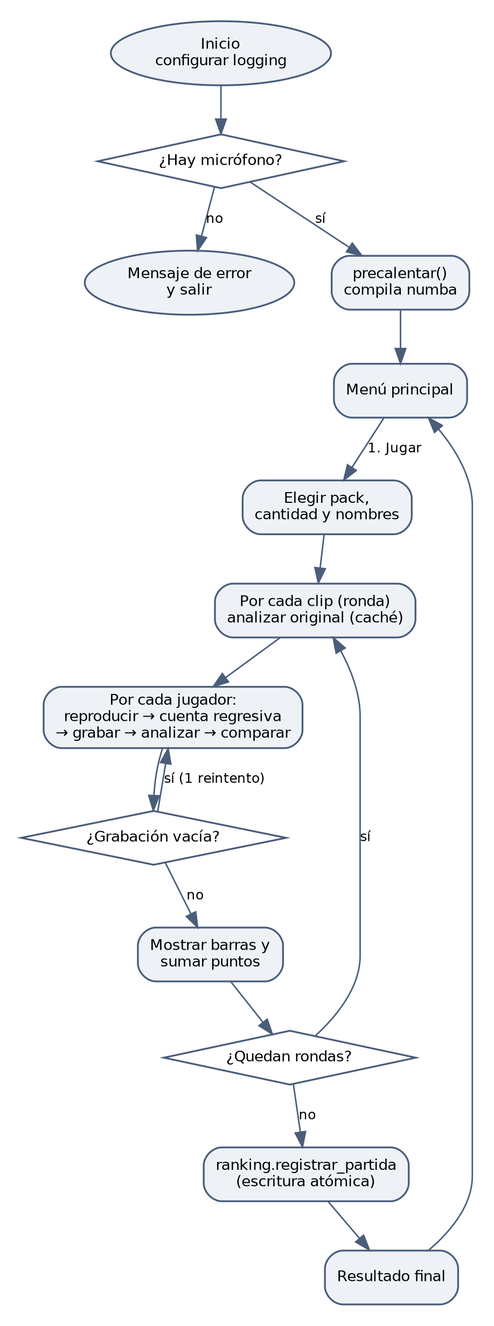
Before: docs/diagramas/flujo.png, a diagram exported from Graphviz (ikicillof/voicer-choiser). Its source is kept beside it as docs/diagramas/flujo.dot. Its diagram source:
```dot
digraph G { graph [fontname="DejaVu Sans", fontsize=11, bgcolor="white", pad=0.2, nodesep=0.35, ranksep=0.45]; node [fontname="DejaVu Sans", fontsize=10, shape=box, style="rounded,filled", fillcolor="#EEF2F7", color="#4A5D7A", penwidth=1.2]; edge [fontname="DejaVu Sans", fontsize=9, color="#4A5D7A"]; rankdir=TB;
  ini [label="Inicio\nconfigurar logging", shape=oval]; mic [label="¿Hay micrófono?", shape=diamond, style=filled, fillcolor="#FFFFFF"]; fin0 [label="Mensaje de error\ny salir", shape=oval];
  pre [label="precalentar()\ncompila numba"]; menu [label="Menú principal"]; cfg [label="Elegir pack,\ncantidad y nombres"]; ronda [label="Por cada clip (ronda)\nanalizar original (caché)"];
  turno [label="Por cada jugador:\nreproducir → cuenta regresiva\n→ grabar → analizar → comparar"]; vacia [label="¿Grabación vacía?", shape=diamond, style=filled, fillcolor="#FFFFFF"]; pts [label="Mostrar barras y\nsumar puntos"];
  mas [label="¿Quedan rondas?", shape=diamond, style=filled, fillcolor="#FFFFFF"]; save [label="ranking.registrar_partida\n(escritura atómica)"]; res [label="Resultado final"];
  ini->mic; mic->fin0 [label="no"]; mic->pre [label="sí"]; pre->menu; menu->cfg [label="1. Jugar"]; cfg->ronda->turno->vacia; vacia->turno [label="sí (1 reintento)"]; vacia->pts [label="no"]; pts->mas; mas->ronda [label="sí"]; mas->save [label="no"]; save->res->menu;
}
```
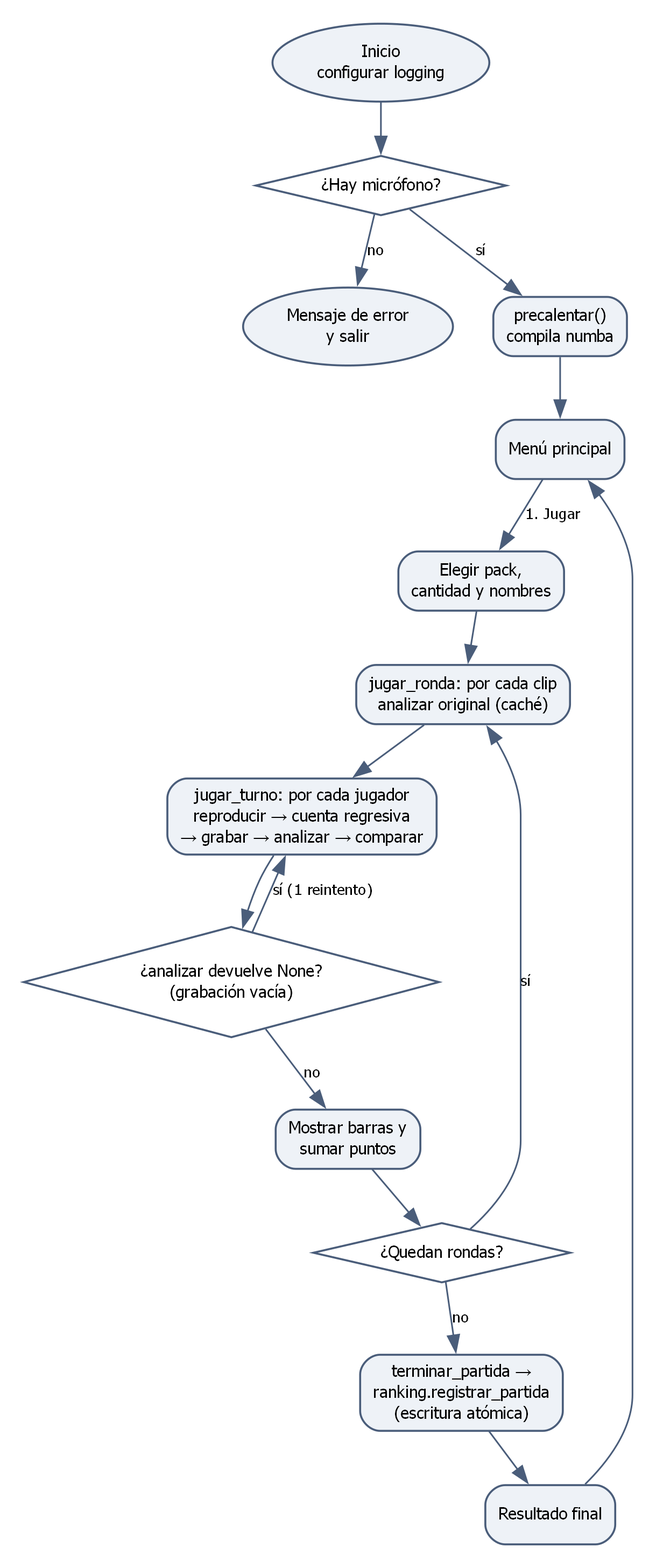
The same diagram one commit later.

What changed in the source:
```diff
@@ -1,7 +1,7 @@
 digraph G { graph [fontname="DejaVu Sans", fontsize=11, bgcolor="white", pad=0.2, nodesep=0.35, ranksep=0.45]; node [fontname="DejaVu Sans", fontsize=10, shape=box, style="rounded,filled", fillcolor="#EEF2F7", color="#4A5D7A", penwidth=1.2]; edge [fontname="DejaVu Sans", fontsize=9, color="#4A5D7A"]; rankdir=TB;
   ini [label="Inicio\nconfigurar logging", shape=oval]; mic [label="¿Hay micrófono?", shape=diamond, style=filled, fillcolor="#FFFFFF"]; fin0 [label="Mensaje de error\ny salir", shape=oval];
-  pre [label="precalentar()\ncompila numba"]; menu [label="Menú principal"]; cfg [label="Elegir pack,\ncantidad y nombres"]; ronda [label="Por cada clip (ronda)\nanalizar original (caché)"];
-  turno [label="Por cada jugador:\nreproducir → cuenta regresiva\n→ grabar → analizar → comparar"]; vacia [label="¿Grabación vacía?", shape=diamond, style=filled, fillcolor="#FFFFFF"]; pts [label="Mostrar barras y\nsumar puntos"];
-  mas [label="¿Quedan rondas?", shape=diamond, style=filled, fillcolor="#FFFFFF"]; save [label="ranking.registrar_partida\n(escritura atómica)"]; res [label="Resultado final"];
+  pre [label="precalentar()\ncompila numba"]; menu [label="Menú principal"]; cfg [label="Elegir pack,\ncantidad y nombres"]; ronda [label="jugar_ronda: por cada clip\nanalizar original (caché)"];
+  turno [label="jugar_turno: por cada jugador\nreproducir → cuenta regresiva\n→ grabar → analizar → comparar"]; vacia [label="¿analizar devuelve None?\n(grabación vacía)", shape=diamond, style=filled, fillcolor="#FFFFFF"]; pts [label="Mostrar barras y\nsumar puntos"];
+  mas [label="¿Quedan rondas?", shape=diamond, style=filled, fillcolor="#FFFFFF"]; save [label="terminar_partida →\nranking.registrar_partida\n(escritura atómica)"]; res [label="Resultado final"];
   ini->mic; mic->fin0 [label="no"]; mic->pre [label="sí"]; pre->menu; menu->cfg [label="1. Jugar"]; cfg->ronda->turno->vacia; vacia->turno [label="sí (1 reintento)"]; vacia->pts [label="no"]; pts->mas; mas->ronda [label="sí"]; mas->save [label="no"]; save->res->menu;
 }
```
